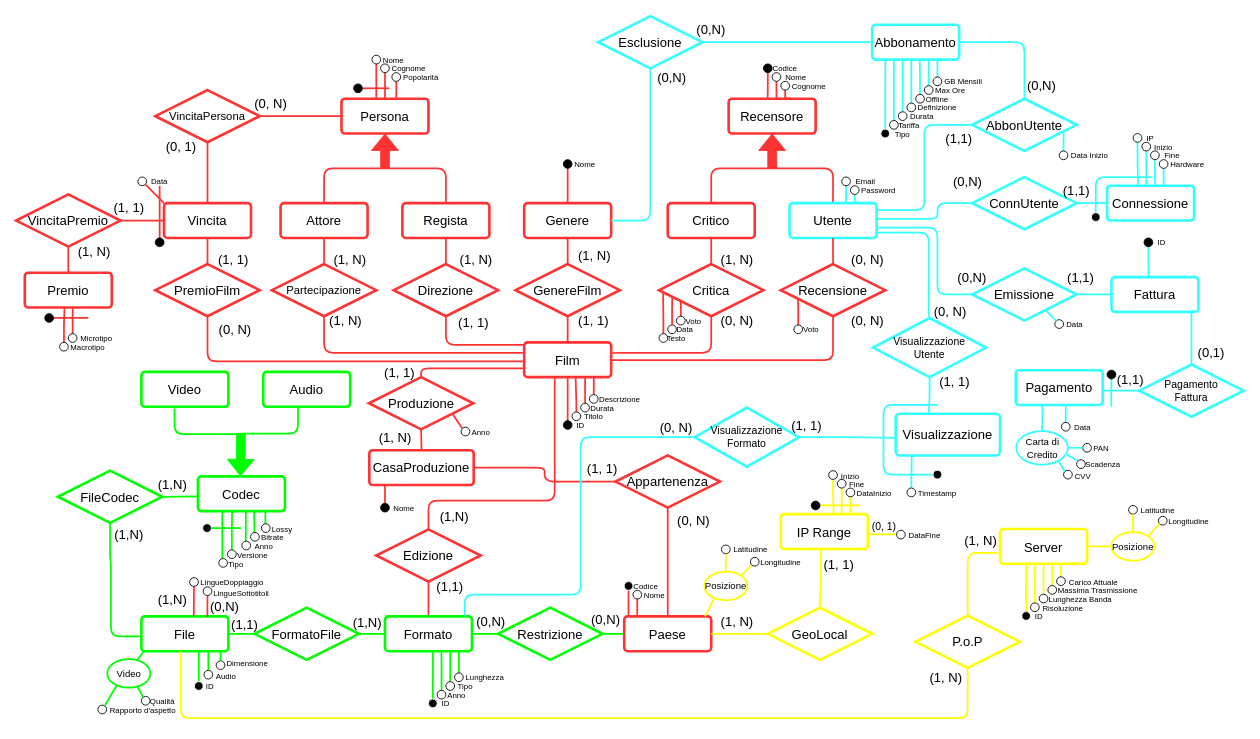
Earlier version of the draw.io diagram page "ER - da ristrutturare" (1 of 2) of ER.drawio (Richie314/FilmSphere). Source tidied: cells renumbered, new cells numbered last; positions are measured from the earlier drawing's top-left corner, leaving out a move shared by most shapes. Both pictures are drawn from the tidied source at 87%, with x=0, y=0 at pixel (-116, 16).
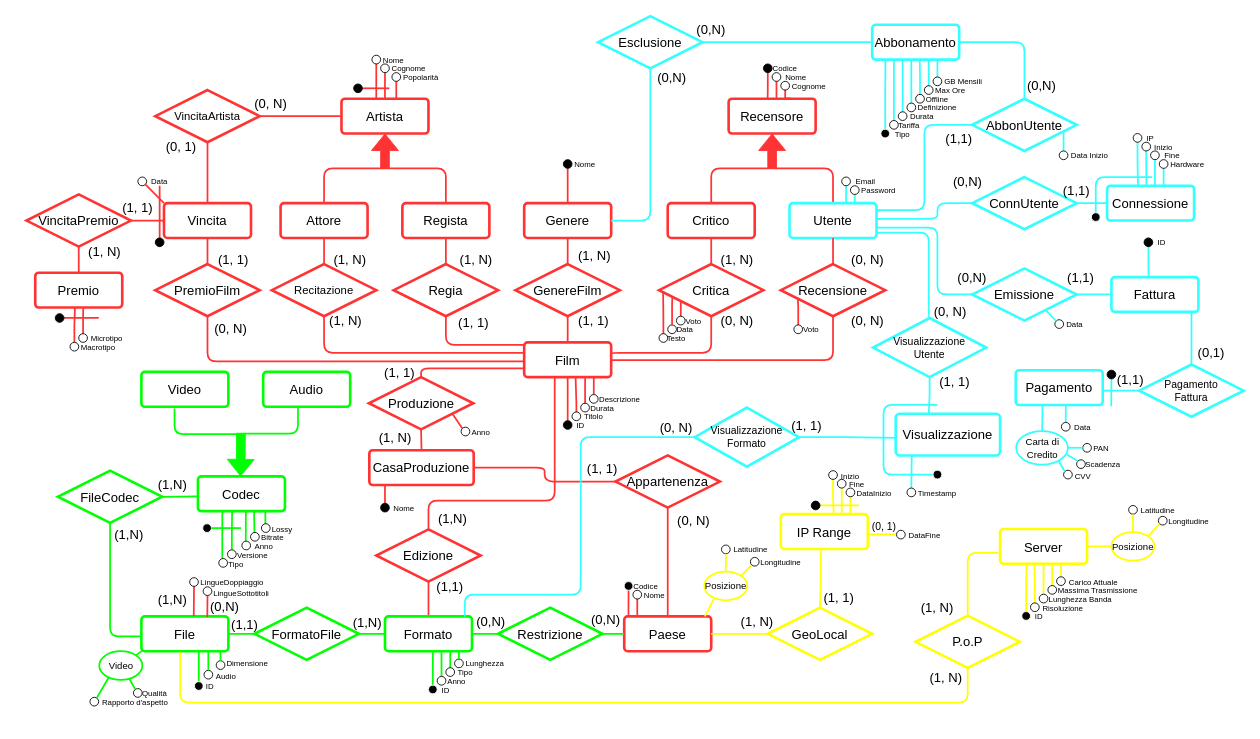
The same page after the edit.

Unchanged cells that the change refers to:
```xml
<mxCell id="33" value="&lt;font style=&quot;font-size: 15px;&quot;&gt;Formato&lt;/font&gt;" style="rounded=1;arcSize=10;whiteSpace=wrap;html=1;align=center;strokeColor=#00FF00;strokeWidth=3;" parent="1" vertex="1">
  <mxGeometry x="575" y="690" width="100" height="40" as="geometry" />
</mxCell>
<mxCell id="62" value="&lt;font style=&quot;font-size: 15px;&quot;&gt;File&lt;/font&gt;" style="rounded=1;arcSize=10;whiteSpace=wrap;html=1;align=center;strokeColor=#00FF00;strokeWidth=3;" parent="1" vertex="1">
  <mxGeometry x="295" y="690" width="100" height="40" as="geometry" />
</mxCell>
<mxCell id="70" value="&lt;font style=&quot;font-size: 15px;&quot;&gt;FileCodec&lt;/font&gt;" style="shape=rhombus;perimeter=rhombusPerimeter;whiteSpace=wrap;html=1;align=center;strokeWidth=3;strokeColor=#00FF00;" parent="1" vertex="1">
  <mxGeometry x="199" y="522.5" width="120" height="60" as="geometry" />
</mxCell>
<mxCell id="320" value="&lt;font style=&quot;font-size: 15px;&quot;&gt;P.o.P&lt;/font&gt;" style="shape=rhombus;perimeter=rhombusPerimeter;whiteSpace=wrap;html=1;align=center;strokeWidth=3;strokeColor=#FFFF00;" parent="1" vertex="1">
  <mxGeometry x="1184.8" y="689.2" width="120" height="60" as="geometry" />
</mxCell>
```

What changed in the source:
```diff
@@
-    <mxCell id="5" value="&lt;font style=&quot;font-size: 15px;&quot;&gt;Persona&lt;/font&gt;" style="rounded=1;arcSize=10;whiteSpace=wrap;html=1;align=center;strokeWidth=3;strokeColor=#FF3333;" parent="1" vertex="1">
+    <mxCell id="5" value="&lt;font style=&quot;font-size: 15px;&quot;&gt;Artista&lt;/font&gt;" style="rounded=1;arcSize=10;whiteSpace=wrap;html=1;align=center;strokeWidth=3;strokeColor=#FF3333;" parent="1" vertex="1">
       <mxGeometry x="525" y="95" width="100" height="40" as="geometry" />
     </mxCell>
@@
-    <mxCell id="13" value="&lt;font style=&quot;font-size: 15px;&quot;&gt;Direzione&lt;/font&gt;" style="shape=rhombus;perimeter=rhombusPerimeter;whiteSpace=wrap;html=1;align=center;strokeWidth=3;strokeColor=#FF3333;" parent="1" vertex="1">
+    <mxCell id="13" value="&lt;font style=&quot;font-size: 15px;&quot;&gt;Regia&lt;/font&gt;" style="shape=rhombus;perimeter=rhombusPerimeter;whiteSpace=wrap;html=1;align=center;strokeWidth=3;strokeColor=#FF3333;" parent="1" vertex="1">
       <mxGeometry x="585" y="285" width="120" height="60" as="geometry" />
     </mxCell>
@@
-    <mxCell id="18" value="&lt;font style=&quot;font-size: 13px;&quot;&gt;Partecipazione&lt;/font&gt;" style="shape=rhombus;perimeter=rhombusPerimeter;whiteSpace=wrap;html=1;align=center;strokeWidth=3;strokeColor=#FF3333;" parent="1" vertex="1">
+    <mxCell id="18" value="&lt;font style=&quot;font-size: 13px;&quot;&gt;Recitazione&lt;/font&gt;" style="shape=rhombus;perimeter=rhombusPerimeter;whiteSpace=wrap;html=1;align=center;strokeWidth=3;strokeColor=#FF3333;" parent="1" vertex="1">
       <mxGeometry x="445" y="285" width="120" height="60" as="geometry" />
     </mxCell>
@@
     <mxCell id="35" value="&lt;font style=&quot;font-size: 15px;&quot;&gt;(1,N)&lt;/font&gt;" style="text;html=1;strokeColor=none;fillColor=none;align=center;verticalAlign=middle;whiteSpace=wrap;rounded=0;" parent="1" vertex="1">
-      <mxGeometry x="625" y="560" width="60" height="30" as="geometry" />
+      <mxGeometry x="623" y="562" width="60" height="30" as="geometry" />
     </mxCell>
@@
-    <mxCell id="57" value="&lt;font style=&quot;font-size: 13px;&quot;&gt;VincitaPersona&lt;/font&gt;" style="shape=rhombus;perimeter=rhombusPerimeter;whiteSpace=wrap;html=1;align=center;strokeWidth=3;strokeColor=#FF3333;" parent="1" vertex="1">
+    <mxCell id="57" value="&lt;font style=&quot;font-size: 13px;&quot;&gt;VincitaArtista&lt;/font&gt;" style="shape=rhombus;perimeter=rhombusPerimeter;whiteSpace=wrap;html=1;align=center;strokeWidth=3;strokeColor=#FF3333;" parent="1" vertex="1">
       <mxGeometry x="311" y="85" width="120" height="60" as="geometry" />
     </mxCell>
     <mxCell id="58" value="&lt;font style=&quot;font-size: 15px;&quot;&gt;(0, N)&lt;/font&gt;" style="text;html=1;strokeColor=none;fillColor=none;align=center;verticalAlign=middle;whiteSpace=wrap;rounded=0;" parent="1" vertex="1">
-      <mxGeometry x="373" y="345" width="60" height="30" as="geometry" />
+      <mxGeometry x="368" y="344" width="60" height="30" as="geometry" />
     </mxCell>
@@
-    <mxCell id="106" style="edgeStyle=orthogonalEdgeStyle;shape=connector;rounded=1;jettySize=auto;html=1;labelBackgroundColor=default;strokeColor=#FFFF00;strokeWidth=2;fontFamily=Helvetica;fontSize=11;fontColor=default;endArrow=none;endFill=0;exitX=0.454;exitY=0.998;exitDx=0;exitDy=0;exitPerimeter=0;entryX=0.5;entryY=1;entryDx=0;entryDy=0;" parent="1" edge="1" source="62" target="320">
+    <mxCell id="106" style="edgeStyle=orthogonalEdgeStyle;shape=connector;rounded=1;jettySize=auto;html=1;labelBackgroundColor=default;strokeColor=#FFFF00;strokeWidth=2;fontFamily=Helvetica;fontSize=11;fontColor=default;endArrow=none;endFill=0;entryX=0.5;entryY=1;entryDx=0;entryDy=0;exitX=0.446;exitY=1.022;exitDx=0;exitDy=0;exitPerimeter=0;" parent="1" edge="1" source="62">
       <mxGeometry relative="1" as="geometry">
+        <mxPoint x="1244.8" y="731.2" as="targetPoint" />
         <Array as="points">
-          <mxPoint x="340" y="807" />
-          <mxPoint x="1245" y="807" />
+          <mxPoint x="340" y="789" />
+          <mxPoint x="1245" y="789" />
         </Array>
       </mxGeometry>
     </mxCell>
@@
     <mxCell id="111" value="&lt;font style=&quot;font-size: 15px;&quot;&gt;(1, N)&lt;/font&gt;" style="text;html=1;strokeColor=none;fillColor=none;align=center;verticalAlign=middle;whiteSpace=wrap;rounded=0;" parent="1" vertex="1">
-      <mxGeometry x="950" y="681" width="60" height="30" as="geometry" />
+      <mxGeometry x="973" y="681" width="60" height="30" as="geometry" />
     </mxCell>
     <mxCell id="112" value="&lt;font style=&quot;font-size: 15px;&quot;&gt;(1, 1)&lt;/font&gt;" style="text;html=1;strokeColor=none;fillColor=none;align=center;verticalAlign=middle;whiteSpace=wrap;rounded=0;" parent="1" vertex="1">
-      <mxGeometry x="1066.8" y="615" width="60" height="30" as="geometry" />
+      <mxGeometry x="1067" y="653" width="60" height="30" as="geometry" />
     </mxCell>
@@
     <mxCell id="137" value="&lt;span style=&quot;font-size: 15px;&quot;&gt;Premio&lt;/span&gt;" style="rounded=1;arcSize=10;whiteSpace=wrap;html=1;align=center;strokeWidth=3;strokeColor=#FF3333;" parent="1" vertex="1">
-      <mxGeometry x="161" y="295" width="100" height="40" as="geometry" />
+      <mxGeometry x="173" y="295" width="100" height="40" as="geometry" />
     </mxCell>
@@
     <mxCell id="140" value="&lt;font style=&quot;font-size: 15px;&quot;&gt;VincitaPremio&lt;/font&gt;" style="shape=rhombus;perimeter=rhombusPerimeter;whiteSpace=wrap;html=1;align=center;strokeWidth=3;strokeColor=#FF3333;" parent="1" vertex="1">
-      <mxGeometry x="151" y="205" width="120" height="60" as="geometry" />
+      <mxGeometry x="163" y="205" width="120" height="60" as="geometry" />
     </mxCell>
     <mxCell id="141" value="&lt;font style=&quot;font-size: 15px;&quot;&gt;(1, N)&lt;/font&gt;" style="text;html=1;strokeColor=none;fillColor=none;align=center;verticalAlign=middle;whiteSpace=wrap;rounded=0;" parent="1" vertex="1">
-      <mxGeometry x="211" y="255" width="60" height="30" as="geometry" />
+      <mxGeometry x="223" y="255" width="60" height="30" as="geometry" />
     </mxCell>
     <mxCell id="142" value="&lt;font style=&quot;font-size: 15px;&quot;&gt;(1, 1)&lt;/font&gt;" style="text;html=1;strokeColor=none;fillColor=none;align=center;verticalAlign=middle;whiteSpace=wrap;rounded=0;" parent="1" vertex="1">
-      <mxGeometry x="251" y="205" width="60" height="30" as="geometry" />
+      <mxGeometry x="261" y="205" width="60" height="30" as="geometry" />
     </mxCell>
@@
     <mxCell id="149" style="ellipse;whiteSpace=wrap;html=1;fillColor=#FFFFFF;strokeColor=#000000;" parent="1" vertex="1">
-      <mxGeometry x="201" y="375" width="10" height="10" as="geometry" />
+      <mxGeometry x="213" y="375" width="10" height="10" as="geometry" />
     </mxCell>
     <mxCell id="150" value="&lt;font style=&quot;font-size: 9px;&quot;&gt;Macrotipo&lt;br&gt;&lt;/font&gt;" style="text;html=1;strokeColor=none;fillColor=none;align=center;verticalAlign=middle;whiteSpace=wrap;rounded=0;" parent="1" vertex="1">
-      <mxGeometry x="216" y="375" width="35" height="10" as="geometry" />
+      <mxGeometry x="228" y="375" width="35" height="10" as="geometry" />
     </mxCell>
@@
     <mxCell id="152" style="ellipse;whiteSpace=wrap;html=1;fillColor=#FFFFFF;strokeColor=#000000;" parent="1" vertex="1">
-      <mxGeometry x="211" y="365" width="10" height="10" as="geometry" />
+      <mxGeometry x="223" y="365" width="10" height="10" as="geometry" />
     </mxCell>
     <mxCell id="153" value="&lt;font style=&quot;font-size: 9px;&quot;&gt;Microtipo&lt;br&gt;&lt;/font&gt;" style="text;html=1;strokeColor=none;fillColor=none;align=center;verticalAlign=middle;whiteSpace=wrap;rounded=0;" parent="1" vertex="1">
-      <mxGeometry x="226" y="365" width="35" height="10" as="geometry" />
+      <mxGeometry x="238" y="365" width="35" height="10" as="geometry" />
     </mxCell>
@@
     <mxCell id="193" style="ellipse;whiteSpace=wrap;html=1;fillColor=#000000;strokeColor=#FFFFFF;" parent="1" vertex="1">
-      <mxGeometry x="625" y="785" width="10" height="10" as="geometry" />
+      <mxGeometry x="625" y="769" width="10" height="10" as="geometry" />
     </mxCell>
@@
     <mxCell id="195" style="ellipse;whiteSpace=wrap;html=1;fillColor=#FFFFFF;strokeColor=#000000;" parent="1" vertex="1">
-      <mxGeometry x="635" y="775" width="10" height="10" as="geometry" />
+      <mxGeometry x="635" y="759" width="10" height="10" as="geometry" />
     </mxCell>
@@
     <mxCell id="197" style="ellipse;whiteSpace=wrap;html=1;fillColor=#FFFFFF;strokeColor=#000000;" parent="1" vertex="1">
-      <mxGeometry x="645" y="765" width="10" height="10" as="geometry" />
+      <mxGeometry x="645" y="749" width="10" height="10" as="geometry" />
     </mxCell>
-    <mxCell id="198" style="edgeStyle=orthogonalEdgeStyle;shape=connector;rounded=0;jettySize=auto;html=1;entryX=0.849;entryY=0.993;entryDx=0;entryDy=0;entryPerimeter=0;labelBackgroundColor=default;strokeColor=#00FF00;strokeWidth=2;fontFamily=Helvetica;fontSize=11;fontColor=default;endArrow=none;endFill=0;" parent="1" edge="1" source="199" target="33">
-      <mxGeometry relative="1" as="geometry" />
-    </mxCell>
     <mxCell id="199" style="ellipse;whiteSpace=wrap;html=1;fillColor=#FFFFFF;strokeColor=#000000;" parent="1" vertex="1">
-      <mxGeometry x="655" y="755" width="10" height="10" as="geometry" />
+      <mxGeometry x="655" y="739" width="10" height="10" as="geometry" />
     </mxCell>
     <mxCell id="200" value="&lt;font style=&quot;font-size: 9px;&quot;&gt;ID&lt;br&gt;&lt;/font&gt;" style="text;html=1;strokeColor=none;fillColor=none;align=center;verticalAlign=middle;whiteSpace=wrap;rounded=0;" parent="1" vertex="1">
-      <mxGeometry x="635" y="785" width="20" height="10" as="geometry" />
+      <mxGeometry x="635" y="769" width="20" height="10" as="geometry" />
     </mxCell>
     <mxCell id="201" value="&lt;font style=&quot;font-size: 9px;&quot;&gt;Anno&lt;br&gt;&lt;/font&gt;" style="text;html=1;strokeColor=none;fillColor=none;align=center;verticalAlign=middle;whiteSpace=wrap;rounded=0;" parent="1" vertex="1">
-      <mxGeometry x="645" y="775" width="25" height="10" as="geometry" />
+      <mxGeometry x="645" y="759" width="25" height="10" as="geometry" />
     </mxCell>
     <mxCell id="202" value="&lt;font style=&quot;font-size: 9px;&quot;&gt;Tipo&lt;br&gt;&lt;/font&gt;" style="text;html=1;strokeColor=none;fillColor=none;align=center;verticalAlign=middle;whiteSpace=wrap;rounded=0;" parent="1" vertex="1">
-      <mxGeometry x="655" y="765" width="25" height="10" as="geometry" />
+      <mxGeometry x="655" y="749" width="25" height="10" as="geometry" />
     </mxCell>
     <mxCell id="203" value="&lt;font style=&quot;font-size: 9px;&quot;&gt;Lunghezza&lt;br&gt;&lt;/font&gt;" style="text;html=1;strokeColor=none;fillColor=none;align=center;verticalAlign=middle;whiteSpace=wrap;rounded=0;" parent="1" vertex="1">
-      <mxGeometry x="665" y="755" width="50" height="10" as="geometry" />
+      <mxGeometry x="665" y="739" width="50" height="10" as="geometry" />
     </mxCell>
@@
     <mxCell id="322" value="&lt;font style=&quot;font-size: 15px;&quot;&gt;(1, N)&lt;/font&gt;" style="text;html=1;strokeColor=none;fillColor=none;align=center;verticalAlign=middle;whiteSpace=wrap;rounded=0;" parent="1" vertex="1">
-      <mxGeometry x="1230" y="588" width="60" height="30" as="geometry" />
+      <mxGeometry x="1180" y="664.5" width="60" height="30" as="geometry" />
     </mxCell>
     <mxCell id="323" value="&lt;font style=&quot;font-size: 11px;&quot;&gt;Video&lt;/font&gt;" style="ellipse;whiteSpace=wrap;html=1;strokeColor=#00FF00;strokeWidth=2;" parent="1" vertex="1">
-      <mxGeometry x="255.8" y="739" width="49.5" height="33" as="geometry" />
+      <mxGeometry x="246.6" y="730" width="49.5" height="33" as="geometry" />
     </mxCell>
     <mxCell id="324" value="&lt;font style=&quot;font-size: 9px;&quot;&gt;Qualità&lt;br&gt;&lt;/font&gt;" style="text;html=1;strokeColor=none;fillColor=none;align=center;verticalAlign=middle;whiteSpace=wrap;rounded=0;" parent="1" vertex="1">
-      <mxGeometry x="305.2" y="782" width="29" height="10" as="geometry" />
+      <mxGeometry x="296.1" y="773" width="29" height="10" as="geometry" />
     </mxCell>
     <mxCell id="325" style="ellipse;whiteSpace=wrap;html=1;fillColor=#FFFFFF;strokeColor=#000000;" parent="1" vertex="1">
-      <mxGeometry x="245" y="792" width="10" height="10" as="geometry" />
+      <mxGeometry x="235.9" y="783" width="10" height="10" as="geometry" />
     </mxCell>
     <mxCell id="326" value="&lt;font style=&quot;font-size: 9px;&quot;&gt;Rapporto d'aspetto&lt;br&gt;&lt;/font&gt;" style="text;html=1;strokeColor=none;fillColor=none;align=center;verticalAlign=middle;whiteSpace=wrap;rounded=0;" parent="1" vertex="1">
-      <mxGeometry x="254" y="782" width="86" height="31" as="geometry" />
+      <mxGeometry x="245" y="779.8" width="86" height="16.5" as="geometry" />
     </mxCell>
     <mxCell id="327" style="ellipse;whiteSpace=wrap;html=1;fillColor=#FFFFFF;strokeColor=#000000;" parent="1" vertex="1">
-      <mxGeometry x="295" y="782" width="10" height="10" as="geometry" />
+      <mxGeometry x="285.9" y="773" width="10" height="10" as="geometry" />
     </mxCell>
@@
     <mxCell id="339" style="edgeStyle=orthogonalEdgeStyle;shape=connector;rounded=0;jettySize=auto;html=1;labelBackgroundColor=default;strokeColor=#FF3333;strokeWidth=2;fontFamily=Helvetica;fontSize=11;fontColor=default;endArrow=none;endFill=0;exitX=1;exitY=0.5;exitDx=0;exitDy=0;" parent="1" edge="1" source="340">
       <mxGeometry relative="1" as="geometry">
-        <mxPoint x="234" y="347" as="targetPoint" />
+        <mxPoint x="246" y="347" as="targetPoint" />
         <Array as="points">
-          <mxPoint x="234" y="347" />
+          <mxPoint x="246" y="347" />
         </Array>
       </mxGeometry>
     </mxCell>
     <mxCell id="340" style="ellipse;whiteSpace=wrap;html=1;fillColor=#000000;" parent="1" vertex="1">
-      <mxGeometry x="184" y="342" width="10" height="10" as="geometry" />
+      <mxGeometry x="196" y="342" width="10" height="10" as="geometry" />
     </mxCell>
@@
-    <mxCell id="373" style="endArrow=none;html=1;rounded=0;strokeColor=#00FF00;strokeWidth=2;entryX=0.065;entryY=0.747;entryDx=0;entryDy=0;entryPerimeter=0;exitX=0.691;exitY=0.043;exitDx=0;exitDy=0;exitPerimeter=0;" parent="1" edge="1" source="323">
-      <mxGeometry relative="1" as="geometry">
-        <mxPoint x="297.8" y="730" as="targetPoint" />
-      </mxGeometry>
+    <mxCell id="373" style="endArrow=none;html=1;rounded=0;strokeColor=#00FF00;strokeWidth=2;exitX=1;exitY=0;exitDx=0;exitDy=0;entryX=0.013;entryY=0.977;entryDx=0;entryDy=0;entryPerimeter=0;" parent="1" edge="1" source="323" target="62">
+      <mxGeometry relative="1" as="geometry" />
     </mxCell>
@@
     <mxCell id="393" style="edgeStyle=orthogonalEdgeStyle;shape=connector;rounded=1;jettySize=auto;html=1;labelBackgroundColor=default;strokeColor=#00FF00;strokeWidth=2;fontFamily=Helvetica;fontSize=11;fontColor=default;endArrow=none;endFill=0;exitX=0.5;exitY=1;exitDx=0;exitDy=0;" parent="1" edge="1" source="70">
       <mxGeometry relative="1" as="geometry">
         <mxPoint x="295.2" y="713" as="targetPoint" />
         <Array as="points">
-          <mxPoint x="259" y="627" />
-          <mxPoint x="260" y="627" />
-          <mxPoint x="260" y="713" />
+          <mxPoint x="259" y="713" />
         </Array>
       </mxGeometry>
     </mxCell>
+    <mxCell id="198" style="edgeStyle=orthogonalEdgeStyle;shape=connector;rounded=0;jettySize=auto;html=1;entryX=0.85;entryY=1.017;entryDx=0;entryDy=0;labelBackgroundColor=default;strokeColor=#00FF00;strokeWidth=2;fontFamily=Helvetica;fontSize=11;fontColor=default;endArrow=none;endFill=0;entryPerimeter=0;exitX=0.5;exitY=0;exitDx=0;exitDy=0;" parent="1" edge="1" source="199" target="33">
+      <mxGeometry relative="1" as="geometry" />
+    </mxCell>
```
